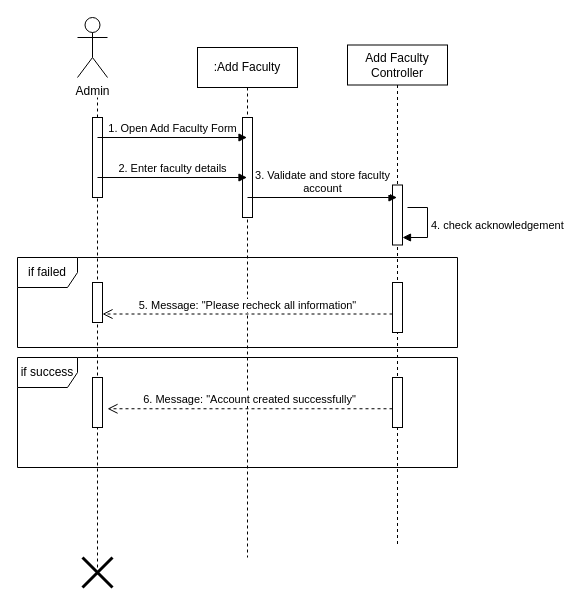
Earlier version of the draw.io diagram page "Add Faculty" (3 of 15) of Sequence Diagram.drawio (shamim36/Final-Defence-Diagram). Source tidied: cells renumbered, new cells numbered last; positions are measured from the earlier drawing's top-left corner, leaving out a move shared by most shapes. Both pictures are drawn from the tidied source at 100%, with x=0, y=0 at pixel (17, 17).
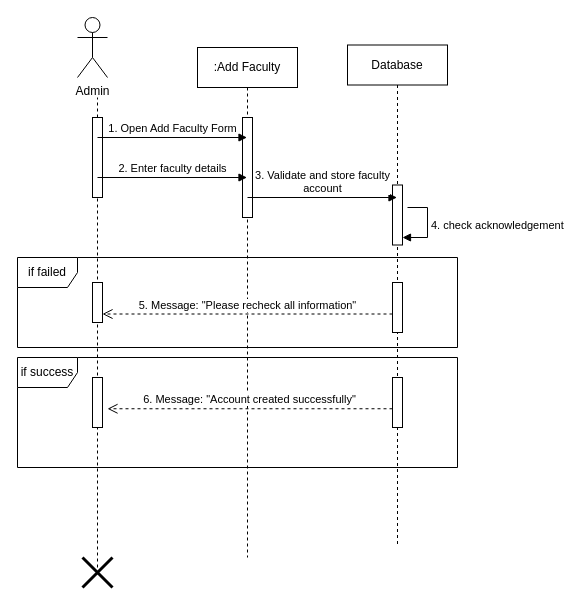
After the change.

Change to the diagram source:
```diff
@@
-    <mxCell id="4" value="Add Faculty&lt;div&gt;Controller&lt;/div&gt;" style="shape=umlLifeline;perimeter=lifelinePerimeter;whiteSpace=wrap;html=1;outlineConnect=0;portConstraint=eastwest;newEdgeStyle={&quot;edgeStyle&quot;:&quot;elbowEdgeStyle&quot;,&quot;elbow&quot;:&quot;vertical&quot;,&quot;curved&quot;:0,&quot;rounded&quot;:0};" parent="1" vertex="1">
+    <mxCell id="4" value="Database" style="shape=umlLifeline;perimeter=lifelinePerimeter;whiteSpace=wrap;html=1;outlineConnect=0;portConstraint=eastwest;newEdgeStyle={&quot;edgeStyle&quot;:&quot;elbowEdgeStyle&quot;,&quot;elbow&quot;:&quot;vertical&quot;,&quot;curved&quot;:0,&quot;rounded&quot;:0};" parent="1" vertex="1">
       <mxGeometry x="330" y="27.5" width="100" height="500" as="geometry" />
     </mxCell>
```
